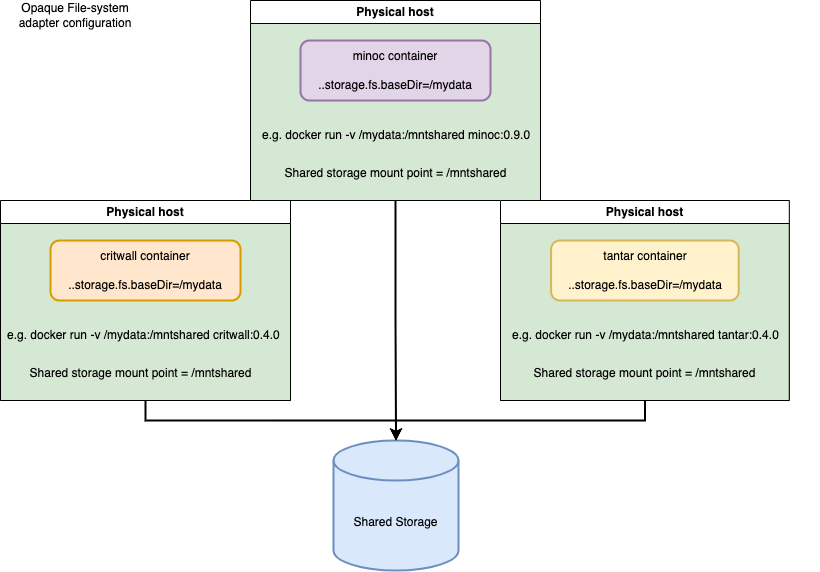
Above: storage-inventory/ops/StorageAdapter.drawio.png in opencadc/opencadc.github.io (draw.io), before the change. Source tidied: cells renumbered, new cells last; positions are measured from the earlier drawing's top-left corner, leaving out a move shared by most shapes.
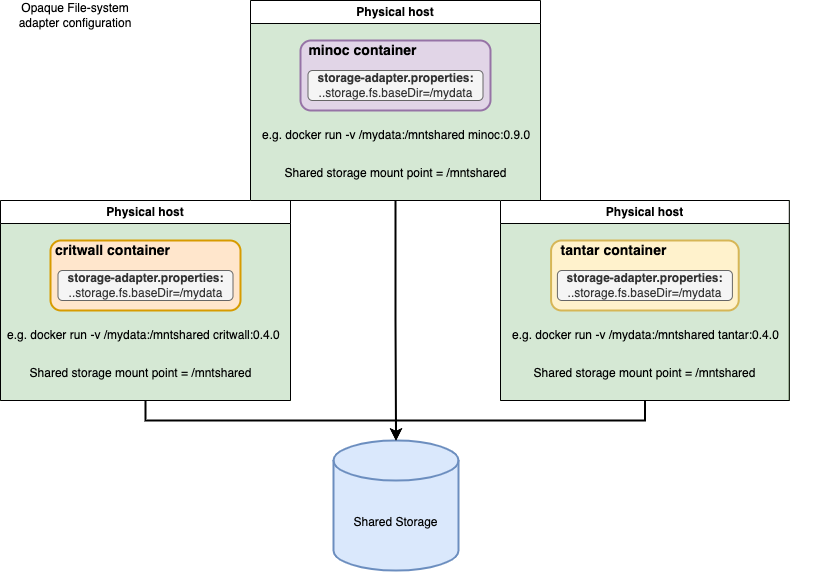
The same diagram one commit later.

Commit message:
- improved StorageAdapter diagram

The edit, as a diff of the source:
```diff
@@ -11,8 +11,8 @@
     <mxCell id="4" value="Physical host" style="swimlane;whiteSpace=wrap;html=1;" parent="3" vertex="1">
       <mxGeometry width="290" height="200" as="geometry" />
     </mxCell>
-    <mxCell id="5" value="critwall container&lt;br&gt;&lt;br&gt;..storage.fs.baseDir=/mydata" style="rounded=1;whiteSpace=wrap;html=1;strokeWidth=2;fillColor=#ffe6cc;strokeColor=#d79b00;" parent="4" vertex="1">
-      <mxGeometry x="50" y="40" width="190" height="60" as="geometry" />
+    <mxCell id="5" style="rounded=1;whiteSpace=wrap;html=1;strokeWidth=2;fillColor=#ffe6cc;strokeColor=#d79b00;" parent="4" vertex="1">
+      <mxGeometry x="50" y="40" width="190" height="70" as="geometry" />
     </mxCell>
     <mxCell id="6" value="Shared storage mount point = /mntshared" style="text;html=1;align=center;verticalAlign=middle;strokeColor=none;fillColor=none;" parent="4" vertex="1">
       <mxGeometry x="15.2" y="158" width="250" height="30" as="geometry" />
@@ -20,14 +20,20 @@
     <mxCell id="7" value="e.g. docker run -v /mydata:/mntshared critwall:0.4.0" style="text;html=1;strokeColor=none;fillColor=none;align=left;verticalAlign=middle;whiteSpace=wrap;rounded=0;" parent="4" vertex="1">
       <mxGeometry x="4.8" y="120" width="280.3" height="30" as="geometry" />
     </mxCell>
+    <mxCell id="22" value="&lt;b&gt;&lt;font style=&quot;font-size: 14px;&quot;&gt;critwall container&lt;/font&gt;&lt;/b&gt;" style="text;html=1;strokeColor=none;fillColor=none;align=center;verticalAlign=middle;whiteSpace=wrap;rounded=0;" parent="4" vertex="1">
+      <mxGeometry x="50" y="40" width="125" height="20" as="geometry" />
+    </mxCell>
+    <mxCell id="23" value="&lt;b&gt;storage-adapter.properties:&lt;br&gt;&lt;/b&gt;..storage.fs.baseDir=/mydata" style="rounded=1;whiteSpace=wrap;html=1;fillColor=#f5f5f5;fontColor=#333333;strokeColor=#666666;" parent="4" vertex="1">
+      <mxGeometry x="57.5" y="70" width="175" height="30" as="geometry" />
+    </mxCell>
     <mxCell id="8" style="group;fillColor=#d5e8d4;strokeColor=#82b366;" parent="1" vertex="1">
       <mxGeometry x="250" width="290" height="200" as="geometry" />
     </mxCell>
     <mxCell id="9" value="Physical host" style="swimlane;whiteSpace=wrap;html=1;" parent="8" vertex="1">
       <mxGeometry width="290" height="200" as="geometry" />
     </mxCell>
-    <mxCell id="10" value="minoc container&lt;br&gt;&lt;br&gt;..storage.fs.baseDir=/mydata" style="rounded=1;whiteSpace=wrap;html=1;strokeWidth=2;fillColor=#e1d5e7;strokeColor=#9673a6;" parent="9" vertex="1">
-      <mxGeometry x="50" y="40" width="190" height="60" as="geometry" />
+    <mxCell id="10" style="rounded=1;whiteSpace=wrap;html=1;strokeWidth=2;fillColor=#e1d5e7;strokeColor=#9673a6;" parent="9" vertex="1">
+      <mxGeometry x="50" y="40" width="190" height="70" as="geometry" />
     </mxCell>
     <mxCell id="11" value="Shared storage mount point = /mntshared" style="text;html=1;align=center;verticalAlign=middle;strokeColor=none;fillColor=none;" parent="9" vertex="1">
       <mxGeometry x="20" y="158" width="250" height="30" as="geometry" />
@@ -35,14 +41,20 @@
     <mxCell id="12" value="e.g. docker run -v /mydata:/mntshared minoc:0.9.0" style="text;html=1;strokeColor=none;fillColor=none;align=left;verticalAlign=middle;whiteSpace=wrap;rounded=0;" parent="9" vertex="1">
       <mxGeometry x="10" y="120" width="287.6" height="30" as="geometry" />
     </mxCell>
+    <mxCell id="24" value="&lt;b&gt;&lt;font style=&quot;font-size: 14px;&quot;&gt;minoc container&lt;/font&gt;&lt;/b&gt;" style="text;html=1;strokeColor=none;fillColor=none;align=center;verticalAlign=middle;whiteSpace=wrap;rounded=0;" parent="9" vertex="1">
+      <mxGeometry x="50" y="40" width="125" height="20" as="geometry" />
+    </mxCell>
+    <mxCell id="25" value="&lt;b&gt;storage-adapter.properties:&lt;br&gt;&lt;/b&gt;..storage.fs.baseDir=/mydata" style="rounded=1;whiteSpace=wrap;html=1;fillColor=#f5f5f5;fontColor=#333333;strokeColor=#666666;" parent="9" vertex="1">
+      <mxGeometry x="57.5" y="70" width="175" height="30" as="geometry" />
+    </mxCell>
     <mxCell id="13" style="group;fillColor=#d5e8d4;strokeColor=#82b366;" parent="1" vertex="1">
       <mxGeometry x="500" y="200" width="288.8" height="200" as="geometry" />
     </mxCell>
     <mxCell id="14" value="Physical host" style="swimlane;whiteSpace=wrap;html=1;" parent="13" vertex="1">
       <mxGeometry width="288.8" height="200" as="geometry" />
     </mxCell>
-    <mxCell id="15" value="tantar container&lt;br&gt;&lt;br&gt;..storage.fs.baseDir=/mydata" style="rounded=1;whiteSpace=wrap;html=1;strokeWidth=2;fillColor=#fff2cc;strokeColor=#d6b656;" parent="14" vertex="1">
-      <mxGeometry x="50.6" y="40" width="187.7" height="60" as="geometry" />
+    <mxCell id="15" style="rounded=1;whiteSpace=wrap;html=1;strokeWidth=2;fillColor=#fff2cc;strokeColor=#d6b656;" parent="14" vertex="1">
+      <mxGeometry x="50.6" y="40" width="187.7" height="70" as="geometry" />
     </mxCell>
     <mxCell id="16" value="Shared storage mount point = /mntshared" style="text;html=1;align=center;verticalAlign=middle;strokeColor=none;fillColor=none;" parent="14" vertex="1">
       <mxGeometry x="19.4" y="158" width="250" height="30" as="geometry" />
@@ -50,6 +62,12 @@
     <mxCell id="17" value="e.g. docker run -v /mydata:/mntshared tantar:0.4.0" style="text;html=1;strokeColor=none;fillColor=none;align=left;verticalAlign=middle;whiteSpace=wrap;rounded=0;" parent="14" vertex="1">
       <mxGeometry x="10" y="120" width="309" height="30" as="geometry" />
     </mxCell>
+    <mxCell id="26" value="&lt;b&gt;&lt;font style=&quot;font-size: 14px;&quot;&gt;tantar container&lt;/font&gt;&lt;/b&gt;" style="text;html=1;strokeColor=none;fillColor=none;align=center;verticalAlign=middle;whiteSpace=wrap;rounded=0;" parent="14" vertex="1">
+      <mxGeometry x="50.6" y="40" width="125" height="20" as="geometry" />
+    </mxCell>
+    <mxCell id="27" value="&lt;b&gt;storage-adapter.properties:&lt;br&gt;&lt;/b&gt;..storage.fs.baseDir=/mydata" style="rounded=1;whiteSpace=wrap;html=1;fillColor=#f5f5f5;fontColor=#333333;strokeColor=#666666;" parent="14" vertex="1">
+      <mxGeometry x="56.9" y="70" width="175" height="30" as="geometry" />
+    </mxCell>
     <mxCell id="18" style="edgeStyle=orthogonalEdgeStyle;rounded=0;jettySize=auto;html=1;exitX=0.5;exitY=1;exitDx=0;exitDy=0;entryX=0.5;entryY=0;entryDx=0;entryDy=0;entryPerimeter=0;strokeWidth=2;" parent="1" edge="1" source="4" target="2">
       <mxGeometry relative="1" as="geometry" />
     </mxCell>
```
